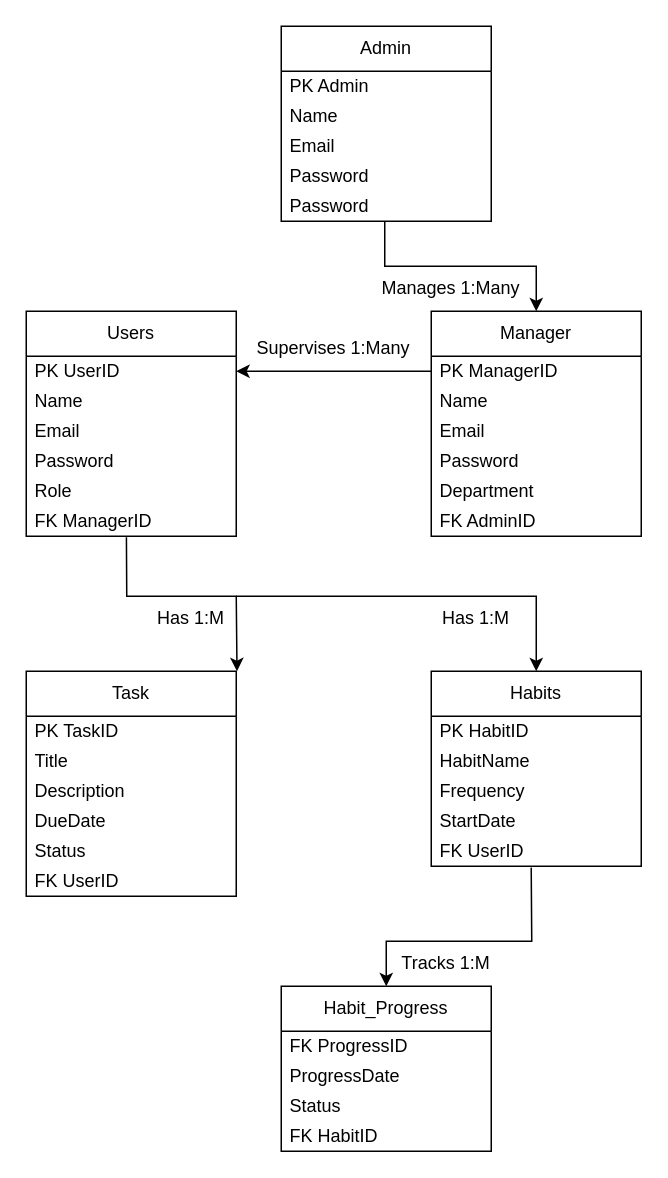
Earlier version of the draw.io diagram Diagrams/ER Diagram-Smart Daily Task & Habit Management System .drawio (iamshuvochandro/Smart-Daily-Task-Habit-Management-System). Source tidied: cells renumbered, new cells numbered last; positions are measured from the earlier drawing's top-left corner, leaving out a move shared by most shapes. Both pictures are drawn from the tidied source at 150%, with x=0, y=0 at pixel (26, 26).
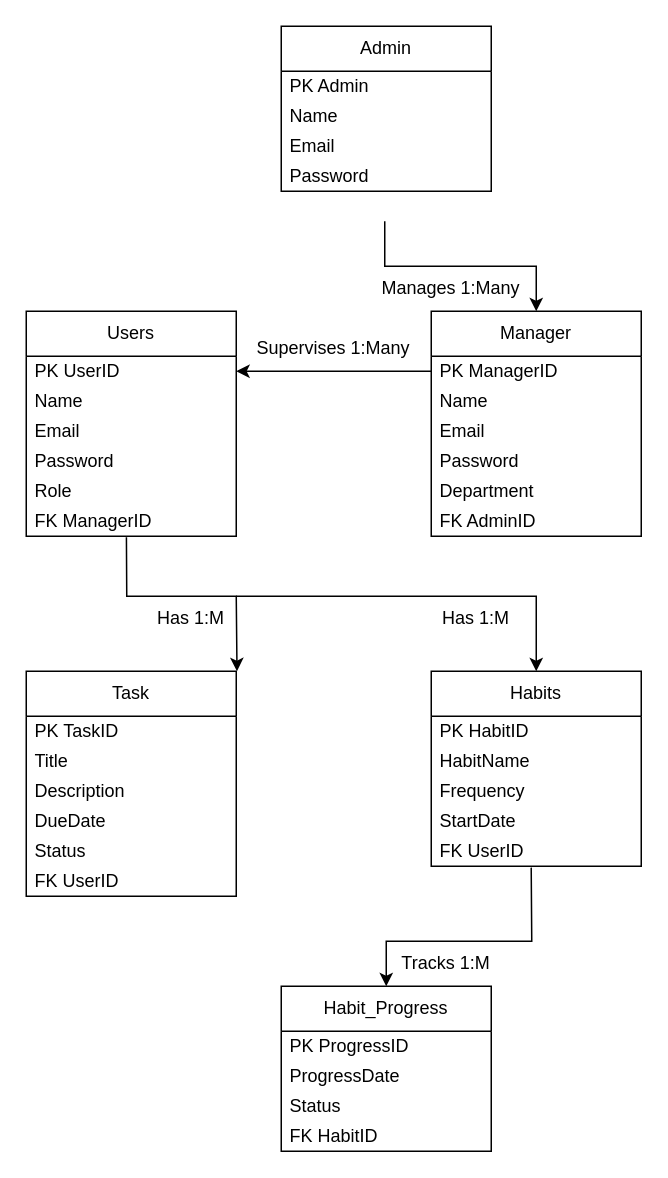
After the change.

The change refers to these unchanged cells:
```xml
<mxCell id="9" value="Habit_Progress" style="swimlane;fontStyle=0;horizontal=1;startSize=30;whiteSpace=wrap;html=1;" parent="1" vertex="1">
  <mxGeometry x="170" y="640" width="140" height="110" as="geometry" />
</mxCell>
```

Change to the diagram source:
```diff
@@
-<mxGraphModel>
+<mxGraphModel background="light-dark(#FFFFFF,#330000)">
@@
-    <mxCell id="10" value="FK ProgressID" style="text;strokeColor=none;fillColor=none;align=left;verticalAlign=middle;spacingLeft=4;spacingRight=4;overflow=hidden;whiteSpace=wrap;html=1;" parent="9" vertex="1">
+    <mxCell id="10" value="PK ProgressID" style="text;strokeColor=none;fillColor=none;align=left;verticalAlign=middle;spacingLeft=4;spacingRight=4;overflow=hidden;whiteSpace=wrap;html=1;" parent="9" vertex="1">
       <mxGeometry y="30" width="140" height="20" as="geometry" />
     </mxCell>
@@
     <mxCell id="14" value="Admin" style="swimlane;fontStyle=0;horizontal=1;startSize=30;whiteSpace=wrap;html=1;" parent="1" vertex="1">
-      <mxGeometry x="170" width="140" height="130" as="geometry" />
+      <mxGeometry x="170" width="140" height="110" as="geometry" />
     </mxCell>
@@
-    <mxCell id="19" value="Password" style="text;strokeColor=none;fillColor=none;align=left;verticalAlign=middle;spacingLeft=4;spacingRight=4;overflow=hidden;whiteSpace=wrap;html=1;" parent="14" vertex="1">
-      <mxGeometry y="110" width="140" height="20" as="geometry" />
-    </mxCell>
```
